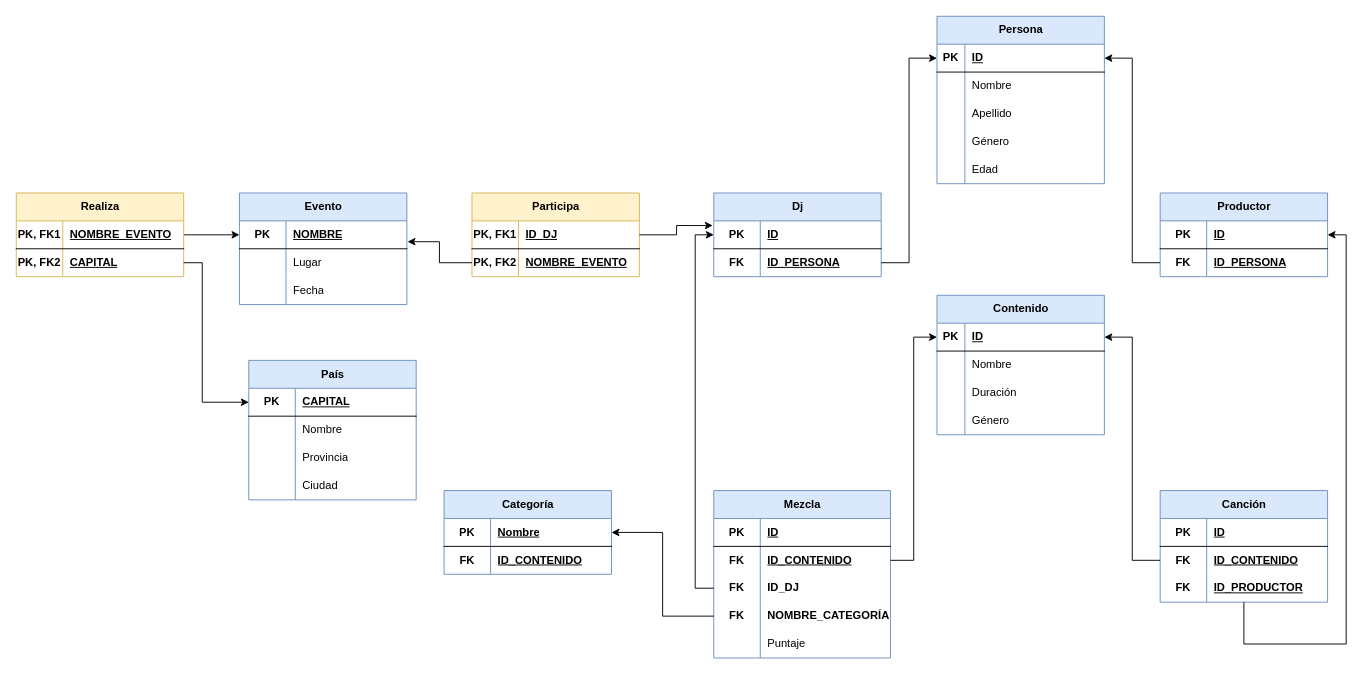
Earlier version of the draw.io diagram page "MR" (4 of 6) of modelo_entidad_relación.drawio (samugd17/proyecto_bae). Source tidied: cells renumbered, new cells numbered last; positions are measured from the earlier drawing's top-left corner, leaving out a move shared by most shapes. Both pictures are drawn from the tidied source at 93%, with x=0, y=0 at pixel (16, 16).
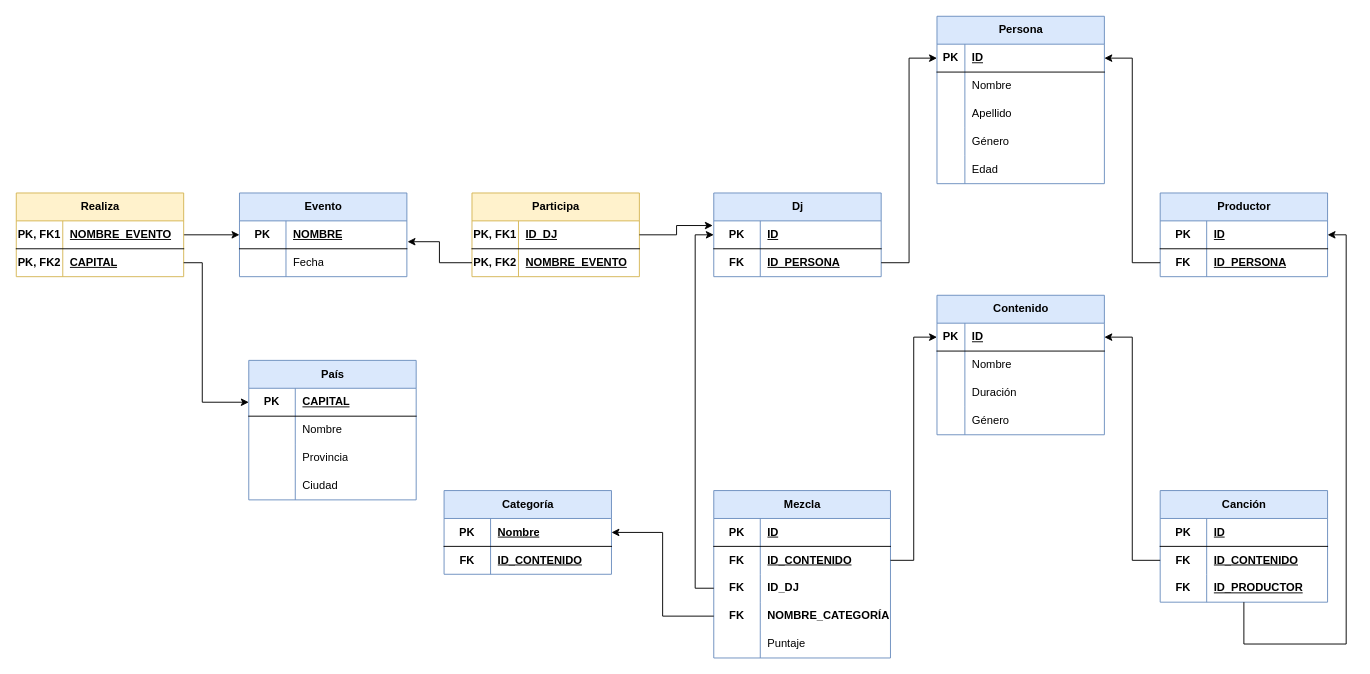
The same diagram, later.

The edit, as a diff of the source:
```diff
@@
     <mxCell id="85" value="Evento" style="shape=table;startSize=30;childLayout=tableLayout;rowLines=0;fontStyle=1;align=center;html=1;fillColor=#dae8fc;strokeColor=#6c8ebf;" parent="1" vertex="1">
-      <mxGeometry x="240" y="190" width="180" height="120" as="geometry" />
+      <mxGeometry x="240" y="190" width="180" height="90" as="geometry" />
     </mxCell>
@@
-    <mxCell id="89" style="shape=tableRow;horizontal=0;startSize=0;swimlaneHead=0;swimlaneBody=0;fillColor=none;top=0;left=0;right=0;bottom=0;" parent="85" vertex="1">
-      <mxGeometry y="60" width="180" height="30" as="geometry" />
-    </mxCell>
-    <mxCell id="90" style="shape=partialRectangle;fillColor=none;top=0;left=0;bottom=0;right=0;overflow=hidden;whiteSpace=wrap;html=1;" parent="89" vertex="1">
-      <mxGeometry width="50" height="30" as="geometry" />
-    </mxCell>
-    <mxCell id="91" value="Lugar" style="shape=partialRectangle;fillColor=none;top=0;left=0;bottom=0;right=0;align=left;spacingLeft=6;overflow=hidden;whiteSpace=wrap;html=1;" parent="89" vertex="1">
-      <mxGeometry x="50" width="130" height="30" as="geometry" />
-    </mxCell>
     <mxCell id="92" style="shape=tableRow;horizontal=0;startSize=0;swimlaneHead=0;swimlaneBody=0;fillColor=none;top=0;left=0;right=0;bottom=0;" parent="85" vertex="1">
-      <mxGeometry y="90" width="180" height="30" as="geometry" />
+      <mxGeometry y="60" width="180" height="30" as="geometry" />
     </mxCell>
```
